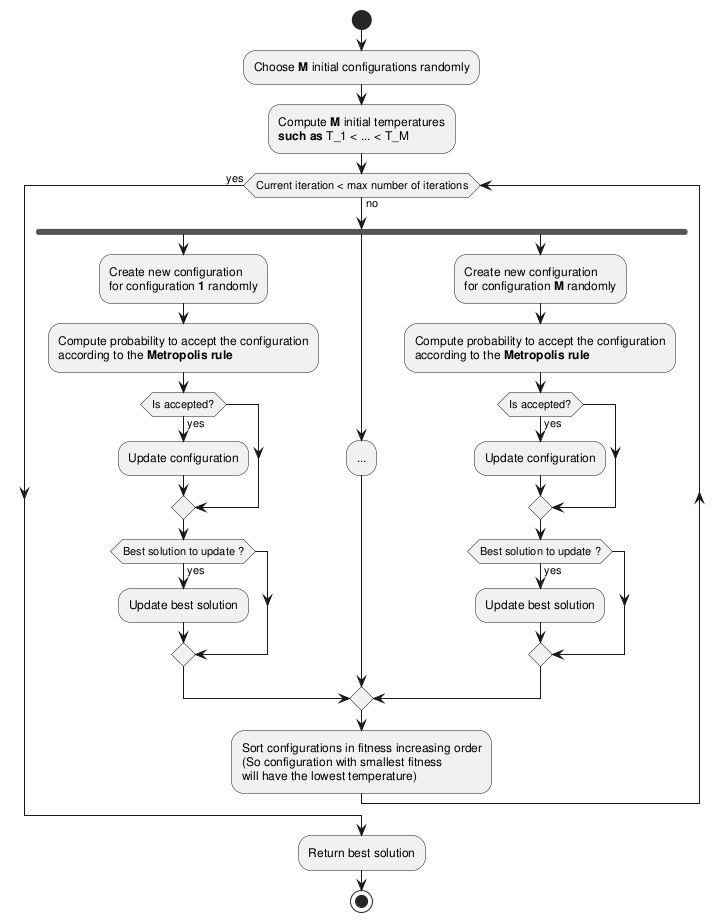
The PlantUML diagram report/images/diagram2.png in Arkanthara/metaheuristics_for_optimization, before a commit. Source of this version:
```plantuml
@startuml

start

:Choose **M** initial configurations randomly;
:Compute **M** initial temperatures
**such as** T_1 < ... < T_M;

while (Current iteration < max number of iterations) is (no)
  fork
    :Create new configuration
    for configuration **1** randomly;
    :Compute probability to accept the configuration
    according to the **Metropolis rule**;
    if (Is accepted?) then (yes)
      :Update configuration;
    endif
    if (Best solution to update ?) then (yes)
      :Update best solution;
    endif
  fork again
    :...;
  fork again
    :Create new configuration
    for configuration **M** randomly;
    :Compute probability to accept the configuration
    according to the **Metropolis rule**;
    if (Is accepted?) then (yes)
      :Update configuration;
    endif
    if (Best solution to update ?) then (yes)
      :Update best solution;
    endif
  end merge
  :Sort configurations in fitness increasing order
  (So configuration with smallest fitness
  will have the lowest temperature);
endwhile (yes)

:Return best solution;
stop

@enduml
```
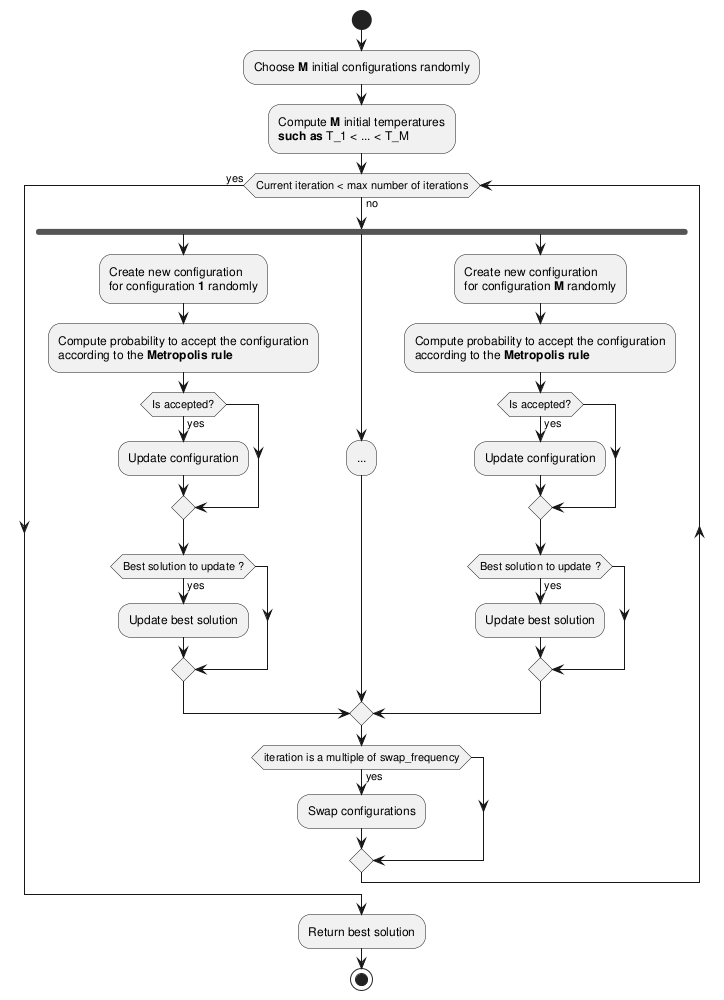
Later version of the same file.

Change to the diagram source:
```diff
@@ -32,9 +32,9 @@
       :Update best solution;
     endif
   end merge
-  :Sort configurations in fitness increasing order
-  (So configuration with smallest fitness
-  will have the lowest temperature);
+  if (iteration is a multiple of swap_frequency) then (yes)
+    :Swap configurations;
+  endif
 endwhile (yes)
 
 :Return best solution;
```
